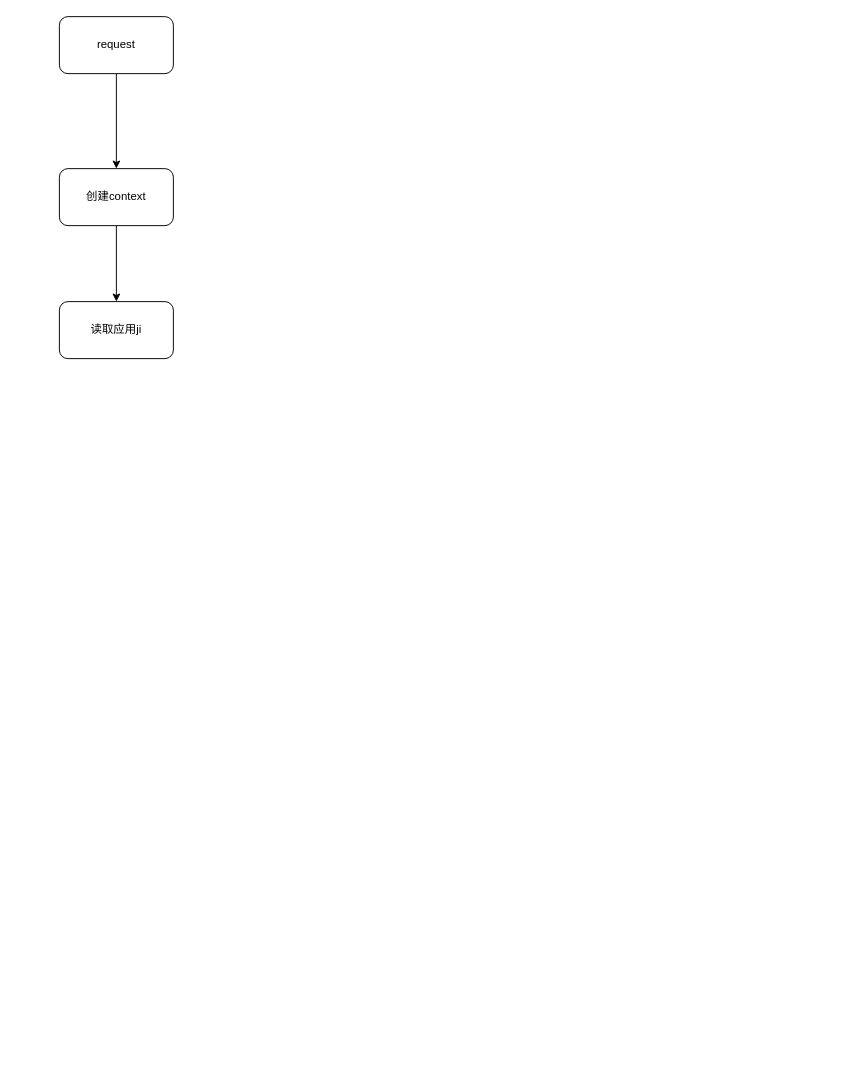
This is wtiger.drawio from yongjuntang/draw.io, a draw.io file, before an edit. Source tidied: cells renumbered, new cells numbered last; positions are measured from the earlier drawing's top-left corner, leaving out a move shared by most shapes. Both pictures are drawn from the tidied source at 95%, with x=0, y=0 at pixel (59, 16).
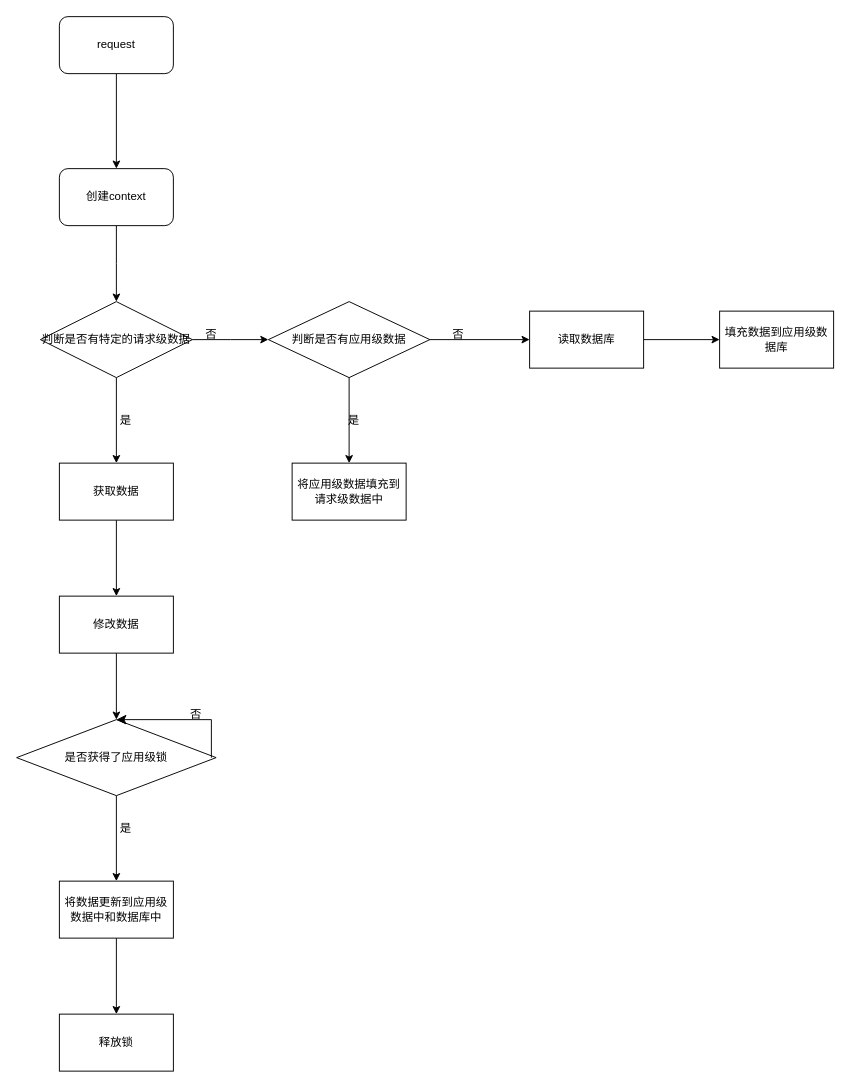
After the change.

Unchanged cells that the change refers to:
```xml
<mxCell id="5" value="创建context" style="rounded=1;whiteSpace=wrap;html=1;" parent="1" vertex="1">
  <mxGeometry y="160" width="120" height="60" as="geometry" />
</mxCell>
```

Diff of the diagram source:
```diff
@@
-    <mxCell id="4" style="edgeStyle=orthogonalEdgeStyle;rounded=0;jettySize=auto;html=1;" parent="1" edge="1" source="5" target="6">
-      <mxGeometry relative="1" as="geometry" />
+    <mxCell id="4" style="edgeStyle=orthogonalEdgeStyle;rounded=0;jettySize=auto;html=1;" parent="1" edge="1" source="5">
+      <mxGeometry relative="1" as="geometry">
+        <mxPoint x="60" y="300" as="targetPoint" />
+      </mxGeometry>
     </mxCell>
@@
-    <mxCell id="6" value="读取应用ji" style="whiteSpace=wrap;html=1;rounded=1;" parent="1" vertex="1">
-      <mxGeometry y="300" width="120" height="60" as="geometry" />
-    </mxCell>
+    <mxCell id="7" style="edgeStyle=orthogonalEdgeStyle;rounded=0;jettySize=auto;html=1;" parent="1" edge="1" source="9">
+      <mxGeometry relative="1" as="geometry">
+        <mxPoint x="220" y="340" as="targetPoint" />
+      </mxGeometry>
+    </mxCell>
+    <mxCell id="8" style="edgeStyle=orthogonalEdgeStyle;rounded=0;jettySize=auto;html=1;" parent="1" edge="1" source="9" target="21">
+      <mxGeometry relative="1" as="geometry" />
+    </mxCell>
+    <mxCell id="9" value="判断是否有特定的请求级数据" style="rhombus;whiteSpace=wrap;html=1;" parent="1" vertex="1">
+      <mxGeometry x="-20" y="300" width="160" height="80" as="geometry" />
+    </mxCell>
+    <mxCell id="10" value="否" style="text;strokeColor=none;align=center;fillColor=none;html=1;verticalAlign=middle;whiteSpace=wrap;rounded=0;" parent="1" vertex="1">
+      <mxGeometry x="130" y="320" width="60" height="30" as="geometry" />
+    </mxCell>
+    <mxCell id="11" style="edgeStyle=orthogonalEdgeStyle;rounded=0;jettySize=auto;html=1;" parent="1" edge="1" source="13" target="15">
+      <mxGeometry relative="1" as="geometry" />
+    </mxCell>
+    <mxCell id="12" style="edgeStyle=orthogonalEdgeStyle;rounded=0;jettySize=auto;html=1;" parent="1" edge="1" source="13" target="18">
+      <mxGeometry relative="1" as="geometry" />
+    </mxCell>
+    <mxCell id="13" value="判断是否有应用级数据" style="rhombus;whiteSpace=wrap;html=1;" parent="1" vertex="1">
+      <mxGeometry x="220" y="300" width="170" height="80" as="geometry" />
+    </mxCell>
+    <mxCell id="14" style="edgeStyle=orthogonalEdgeStyle;rounded=0;jettySize=auto;html=1;" parent="1" edge="1" source="15" target="17">
+      <mxGeometry relative="1" as="geometry" />
+    </mxCell>
+    <mxCell id="15" value="读取数据库" style="whiteSpace=wrap;html=1;" parent="1" vertex="1">
+      <mxGeometry x="495" y="310" width="120" height="60" as="geometry" />
+    </mxCell>
+    <mxCell id="16" value="否" style="text;strokeColor=none;align=center;fillColor=none;html=1;verticalAlign=middle;whiteSpace=wrap;rounded=0;" parent="1" vertex="1">
+      <mxGeometry x="390" y="320" width="60" height="30" as="geometry" />
+    </mxCell>
+    <mxCell id="17" value="填充数据到应用级数据库" style="whiteSpace=wrap;html=1;" parent="1" vertex="1">
+      <mxGeometry x="695" y="310" width="120" height="60" as="geometry" />
+    </mxCell>
+    <mxCell id="18" value="将应用级数据填充到请求级数据中" style="whiteSpace=wrap;html=1;" parent="1" vertex="1">
+      <mxGeometry x="245" y="470" width="120" height="60" as="geometry" />
+    </mxCell>
+    <mxCell id="19" value="是" style="text;strokeColor=none;align=center;fillColor=none;html=1;verticalAlign=middle;whiteSpace=wrap;rounded=0;" parent="1" vertex="1">
+      <mxGeometry x="280" y="410" width="60" height="30" as="geometry" />
+    </mxCell>
+    <mxCell id="20" style="edgeStyle=orthogonalEdgeStyle;rounded=0;jettySize=auto;html=1;" parent="1" edge="1" source="21" target="24">
+      <mxGeometry relative="1" as="geometry" />
+    </mxCell>
+    <mxCell id="21" value="获取数据" style="whiteSpace=wrap;html=1;" parent="1" vertex="1">
+      <mxGeometry y="470" width="120" height="60" as="geometry" />
+    </mxCell>
+    <mxCell id="22" value="是" style="text;strokeColor=none;align=center;fillColor=none;html=1;verticalAlign=middle;whiteSpace=wrap;rounded=0;" parent="1" vertex="1">
+      <mxGeometry x="40" y="410" width="60" height="30" as="geometry" />
+    </mxCell>
+    <mxCell id="23" style="edgeStyle=orthogonalEdgeStyle;rounded=0;jettySize=auto;html=1;" parent="1" edge="1" source="24" target="26">
+      <mxGeometry relative="1" as="geometry" />
+    </mxCell>
+    <mxCell id="24" value="修改数据" style="whiteSpace=wrap;html=1;" parent="1" vertex="1">
+      <mxGeometry y="610" width="120" height="60" as="geometry" />
+    </mxCell>
+    <mxCell id="25" style="edgeStyle=orthogonalEdgeStyle;rounded=0;jettySize=auto;html=1;" parent="1" edge="1" source="26" target="30">
+      <mxGeometry relative="1" as="geometry" />
+    </mxCell>
+    <mxCell id="26" value="是否获得了应用级锁" style="rhombus;whiteSpace=wrap;html=1;" parent="1" vertex="1">
+      <mxGeometry x="-45" y="740" width="210" height="80" as="geometry" />
+    </mxCell>
+    <mxCell id="27" style="edgeStyle=elbowEdgeStyle;elbow=vertical;endArrow=classic;html=1;curved=0;rounded=0;endSize=8;startSize=8;entryX=0.5;entryY=0;entryDx=0;entryDy=0;" parent="1" edge="1" target="26">
+      <mxGeometry relative="1" as="geometry">
+        <mxPoint x="160" y="780" as="sourcePoint" />
+        <Array as="points">
+          <mxPoint x="190" y="740" />
+        </Array>
+      </mxGeometry>
+    </mxCell>
+    <mxCell id="28" value="否" style="text;strokeColor=none;align=center;fillColor=none;html=1;verticalAlign=middle;whiteSpace=wrap;rounded=0;" parent="1" vertex="1">
+      <mxGeometry x="114" y="720" width="60" height="30" as="geometry" />
+    </mxCell>
+    <mxCell id="29" style="edgeStyle=orthogonalEdgeStyle;rounded=0;jettySize=auto;html=1;" parent="1" edge="1" source="30" target="32">
+      <mxGeometry relative="1" as="geometry" />
+    </mxCell>
+    <mxCell id="30" value="将数据更新到应用级数据中和数据库中" style="whiteSpace=wrap;html=1;" parent="1" vertex="1">
+      <mxGeometry y="910" width="120" height="60" as="geometry" />
+    </mxCell>
+    <mxCell id="31" value="是" style="text;strokeColor=none;align=center;fillColor=none;html=1;verticalAlign=middle;whiteSpace=wrap;rounded=0;" parent="1" vertex="1">
+      <mxGeometry x="40" y="840" width="60" height="30" as="geometry" />
+    </mxCell>
+    <mxCell id="32" value="释放锁" style="whiteSpace=wrap;html=1;" parent="1" vertex="1">
+      <mxGeometry y="1050" width="120" height="60" as="geometry" />
+    </mxCell>
```
